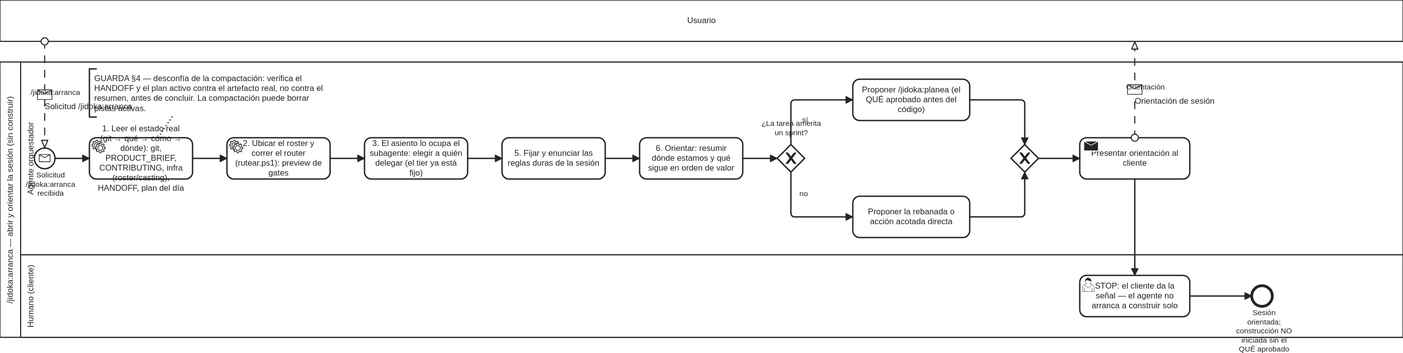
This is docs/atlas/render/10-arranca-con-subprocesos.svg from ArmandoMedina/jidoka, a BPMN export, as it was before one commit. Its source is kept beside it as docs/atlas/10-ritual/10-arranca-con-subprocesos.bpmn. Ids are renumbered.
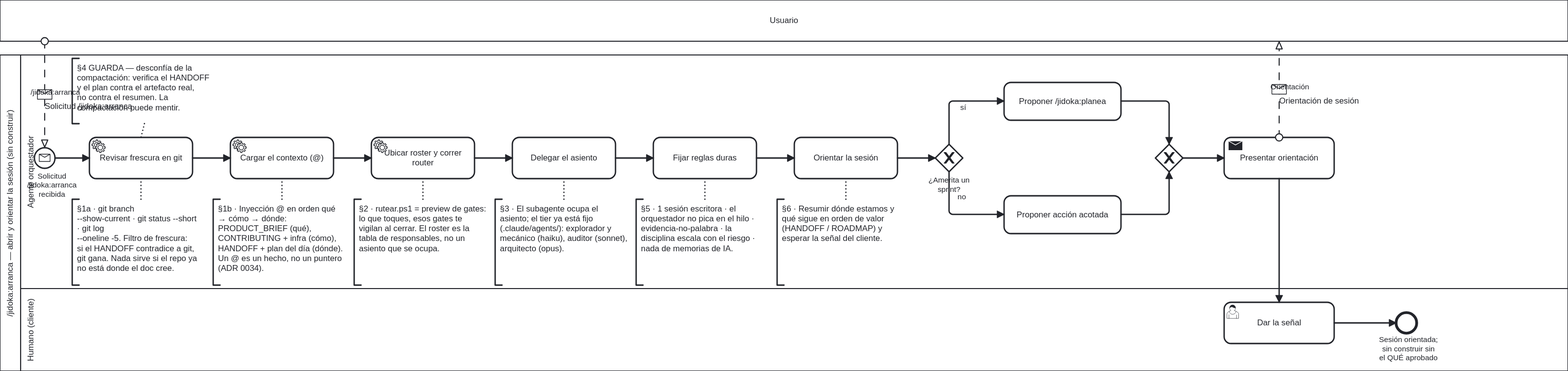
Above is the later version.

Commit message:
docs(atlas): 10-arranca en estilo Bruce Silver + ADR 0039 sobre la direccion del acoplamiento

Change to the diagram source:
```diff
@@ -1,4 +1,4 @@
-<bpmn:definitions xmlns:bpmn="http://www.omg.org/spec/BPMN/20100524/MODEL" xmlns:bpmndi="http://www.omg.org/spec/BPMN/20100524/DI" xmlns:dc="http://www.omg.org/spec/DD/20100524/DC" xmlns:di="http://www.omg.org/spec/DD/20100524/DI" xmlns:xsi="http://www.w3.org/2001/XMLSchema-instance" id="Definitions_10_Arranca" targetNamespace="https://github.com/ArmandoMedina/jidoka/process-atlas" exporter="Jidoka Atlas" exporterVersion="0.3" xmlns:modeler="http://camunda.org/schema/modeler/1.0" modeler:executionPlatform="Camunda Platform" modeler:executionPlatformVersion="7.18.0">
+<bpmn:definitions xmlns:bpmn="http://www.omg.org/spec/BPMN/20100524/MODEL" xmlns:bpmndi="http://www.omg.org/spec/BPMN/20100524/DI" xmlns:dc="http://www.omg.org/spec/DD/20100524/DC" xmlns:di="http://www.omg.org/spec/DD/20100524/DI" xmlns:xsi="http://www.w3.org/2001/XMLSchema-instance" xmlns:modeler="http://camunda.org/schema/modeler/1.0" id="Definitions_10_Arranca" targetNamespace="https://github.com/ArmandoMedina/jidoka/process-atlas" exporter="Jidoka Atlas" exporterVersion="0.3" modeler:executionPlatform="Camunda Platform" modeler:executionPlatformVersion="7.18.0">
   <bpmn:collaboration id="Collaboration_10_Arranca">
     <bpmn:participant id="Participant_Usuario" name="Usuario"/>
     <bpmn:participant id="Participant_Proyecto" name="/jidoka:arranca — abrir y orientar la sesión (sin construir)" processRef="Process_Arranca"/>
@@ -6,11 +6,12 @@
     <bpmn:messageFlow id="MF_Orient" sourceRef="Send_Orientar" targetRef="Participant_Usuario" name="Orientación" messageRef="Message_Orientacion"/>
   </bpmn:collaboration>
   <bpmn:process id="Process_Arranca" name="/jidoka:arranca — abrir y orientar la sesión" isExecutable="false">
-    <bpmn:documentation>Fuente: .claude/commands/jidoka/arranca.md. Las 6 secciones del comando en orden: §1 leer el estado real en orden de onboarding git→qué→cómo→dónde (git primero como filtro de frescura, luego PRODUCT_BRIEF, CONTRIBUTING, infra/roster, HANDOFF, plan del día), §2 roster + router (rutear.ps1), §3 el asiento lo ocupa el subagente, §4 desconfía de la compactación (guarda transversal, anotación), §5 fija las reglas duras, §6 orienta y espera la señal del cliente. El STOP final es la señal del cliente antes de construir.</bpmn:documentation>
+    <bpmn:documentation>Fuente: .claude/commands/jidoka/arranca.md. Estilo Method &amp; Style (Bruce Silver): etiquetas verbo+objeto, el detalle de cada sección vive en su text annotation. §1 se modela en dos pasos que trazan a la misma sección — §1a revisar frescura en git (filtro), §1b cargar el contexto inyectado (@). Luego §2 roster + router (rutear.ps1), §3 el asiento lo ocupa el subagente, §4 desconfía de la compactación (guarda transversal), §5 fija las reglas duras, §6 orienta y espera la señal del cliente. El STOP final es la señal del cliente antes de construir.</bpmn:documentation>
     <bpmn:laneSet id="LaneSet_10_Arranca">
       <bpmn:lane id="Lane_Agente" name="Agente orquestador">
         <bpmn:flowNodeRef>Start_Arranque</bpmn:flowNodeRef>
-        <bpmn:flowNodeRef>T_Leer</bpmn:flowNodeRef>
+        <bpmn:flowNodeRef>T_Git</bpmn:flowNodeRef>
+        <bpmn:flowNodeRef>T_Contexto</bpmn:flowNodeRef>
         <bpmn:flowNodeRef>T_Router</bpmn:flowNodeRef>
         <bpmn:flowNodeRef>T_Asiento</bpmn:flowNodeRef>
         <bpmn:flowNodeRef>T_Reglas</bpmn:flowNodeRef>
@@ -28,38 +29,42 @@
     </bpmn:laneSet>
     <bpmn:startEvent id="Start_Arranque" name="Solicitud /jidoka:arranca recibida">
       <bpmn:messageEventDefinition id="MED_Start_Arranque" messageRef="Message_Arranque"/>
-      <bpmn:outgoing>F_Start_Leer</bpmn:outgoing>
+      <bpmn:outgoing>F_Start_Git</bpmn:outgoing>
     </bpmn:startEvent>
-    <bpmn:serviceTask id="T_Leer" name="1. Leer el estado real (git → qué → cómo → dónde): git, PRODUCT_BRIEF, CONTRIBUTING, infra (roster/casting), HANDOFF, plan del día">
-      <bpmn:incoming>F_Start_Leer</bpmn:incoming>
-      <bpmn:outgoing>F_Leer_Router</bpmn:outgoing>
+    <bpmn:serviceTask id="T_Git" name="Revisar frescura en git">
+      <bpmn:incoming>F_Start_Git</bpmn:incoming>
+      <bpmn:outgoing>F_Git_Contexto</bpmn:outgoing>
     </bpmn:serviceTask>
-    <bpmn:serviceTask id="T_Router" name="2. Ubicar el roster y correr el router (rutear.ps1): preview de gates">
-      <bpmn:incoming>F_Leer_Router</bpmn:incoming>
+    <bpmn:serviceTask id="T_Contexto" name="Cargar el contexto (@)">
+      <bpmn:incoming>F_Git_Contexto</bpmn:incoming>
+      <bpmn:outgoing>F_Contexto_Router</bpmn:outgoing>
+    </bpmn:serviceTask>
+    <bpmn:serviceTask id="T_Router" name="Ubicar roster y correr router">
+      <bpmn:incoming>F_Contexto_Router</bpmn:incoming>
       <bpmn:outgoing>F_Router_Asiento</bpmn:outgoing>
     </bpmn:serviceTask>
-    <bpmn:task id="T_Asiento" name="3. El asiento lo ocupa el subagente: elegir a quién delegar (el tier ya está fijo)">
+    <bpmn:task id="T_Asiento" name="Delegar el asiento">
       <bpmn:incoming>F_Router_Asiento</bpmn:incoming>
       <bpmn:outgoing>F_Asiento_Reglas</bpmn:outgoing>
     </bpmn:task>
-    <bpmn:task id="T_Reglas" name="5. Fijar y enunciar las reglas duras de la sesión">
+    <bpmn:task id="T_Reglas" name="Fijar reglas duras">
       <bpmn:incoming>F_Asiento_Reglas</bpmn:incoming>
       <bpmn:outgoing>F_Reglas_Orientar</bpmn:outgoing>
     </bpmn:task>
-    <bpmn:task id="T_Orientar" name="6. Orientar: resumir dónde estamos y qué sigue en orden de valor">
+    <bpmn:task id="T_Orientar" name="Orientar la sesión">
       <bpmn:incoming>F_Reglas_Orientar</bpmn:incoming>
       <bpmn:outgoing>F_Orientar_G</bpmn:outgoing>
     </bpmn:task>
-    <bpmn:exclusiveGateway id="Gw_Sprint" name="¿La tarea amerita un sprint?">
+    <bpmn:exclusiveGateway id="Gw_Sprint" name="¿Amerita un sprint?">
       <bpmn:incoming>F_Orientar_G</bpmn:incoming>
       <bpmn:outgoing>F_G_Si</bpmn:outgoing>
       <bpmn:outgoing>F_G_No</bpmn:outgoing>
     </bpmn:exclusiveGateway>
-    <bpmn:task id="T_Planea" name="Proponer /jidoka:planea (el QUÉ aprobado antes del código)">
+    <bpmn:task id="T_Planea" name="Proponer /jidoka:planea">
       <bpmn:incoming>F_G_Si</bpmn:incoming>
       <bpmn:outgoing>F_Planea_Join</bpmn:outgoing>
     </bpmn:task>
-    <bpmn:task id="T_Rebanada" name="Proponer la rebanada o acción acotada directa">
+    <bpmn:task id="T_Rebanada" name="Proponer acción acotada">
       <bpmn:incoming>F_G_No</bpmn:incoming>
       <bpmn:outgoing>F_Rebanada_Join</bpmn:outgoing>
     </bpmn:task>
@@ -68,19 +73,20 @@
       <bpmn:incoming>F_Rebanada_Join</bpmn:incoming>
       <bpmn:outgoing>F_Join_Orient</bpmn:outgoing>
     </bpmn:exclusiveGateway>
-    <bpmn:sendTask id="Send_Orientar" name="Presentar orientación al cliente" messageRef="Message_Orientacion">
+    <bpmn:sendTask id="Send_Orientar" name="Presentar orientación" messageRef="Message_Orientacion">
       <bpmn:incoming>F_Join_Orient</bpmn:incoming>
       <bpmn:outgoing>F_Orient_Senal</bpmn:outgoing>
     </bpmn:sendTask>
-    <bpmn:userTask id="U_Senal" name="STOP: el cliente da la señal — el agente no arranca a construir solo">
+    <bpmn:userTask id="U_Senal" name="Dar la señal">
       <bpmn:incoming>F_Orient_Senal</bpmn:incoming>
       <bpmn:outgoing>F_Senal_End</bpmn:outgoing>
     </bpmn:userTask>
-    <bpmn:endEvent id="End_Orientada" name="Sesión orientada; construcción NO iniciada sin el QUÉ aprobado">
+    <bpmn:endEvent id="End_Orientada" name="Sesión orientada; sin construir sin el QUÉ aprobado">
       <bpmn:incoming>F_Senal_End</bpmn:incoming>
     </bpmn:endEvent>
-    <bpmn:sequenceFlow id="F_Start_Leer" sourceRef="Start_Arranque" targetRef="T_Leer"/>
-    <bpmn:sequenceFlow id="F_Leer_Router" sourceRef="T_Leer" targetRef="T_Router"/>
+    <bpmn:sequenceFlow id="F_Start_Git" sourceRef="Start_Arranque" targetRef="T_Git"/>
+    <bpmn:sequenceFlow id="F_Git_Contexto" sourceRef="T_Git" targetRef="T_Contexto"/>
+    <bpmn:sequenceFlow id="F_Contexto_Router" sourceRef="T_Contexto" targetRef="T_Router"/>
     <bpmn:sequenceFlow id="F_Router_Asiento" sourceRef="T_Router" targetRef="T_Asiento"/>
     <bpmn:sequenceFlow id="F_Asiento_Reglas" sourceRef="T_Asiento" targetRef="T_Reglas"/>
     <bpmn:sequenceFlow id="F_Reglas_Orientar" sourceRef="T_Reglas" targetRef="T_Orientar"/>
@@ -93,148 +99,221 @@
     <bpmn:sequenceFlow id="F_Orient_Senal" sourceRef="Send_Orientar" targetRef="U_Senal"/>
     <bpmn:sequenceFlow id="F_Senal_End" sourceRef="U_Senal" targetRef="End_Orientada"/>
     <bpmn:textAnnotation id="Ann_Compactacion">
-      <bpmn:text>GUARDA §4 — desconfía de la compactación: verifica el HANDOFF y el plan activo contra el artefacto real, no contra el resumen, antes de concluir. La compactación puede borrar pistas activas.</bpmn:text>
+      <bpmn:text>§4 GUARDA — desconfía de la compactación: verifica el HANDOFF y el plan contra el artefacto real, no contra el resumen. La compactación puede mentir.</bpmn:text>
     </bpmn:textAnnotation>
-    <bpmn:association id="Assoc_Compactacion" sourceRef="Ann_Compactacion" targetRef="T_Leer"/>
+    <bpmn:textAnnotation id="Ann_Git">
+      <bpmn:text>§1a · git branch --show-current · git status --short · git log --oneline -5. Filtro de frescura: si el HANDOFF contradice a git, git gana. Nada sirve si el repo ya no está donde el doc cree.</bpmn:text>
+    </bpmn:textAnnotation>
+    <bpmn:textAnnotation id="Ann_Contexto">
+      <bpmn:text>§1b · Inyección @ en orden qué → cómo → dónde: PRODUCT_BRIEF (qué), CONTRIBUTING + infra (cómo), HANDOFF + plan del día (dónde). Un @ es un hecho, no un puntero (ADR 0034).</bpmn:text>
+    </bpmn:textAnnotation>
+    <bpmn:textAnnotation id="Ann_Router">
+      <bpmn:text>§2 · rutear.ps1 = preview de gates: lo que toques, esos gates te vigilan al cerrar. El roster es la tabla de responsables, no un asiento que se ocupa.</bpmn:text>
+    </bpmn:textAnnotation>
+    <bpmn:textAnnotation id="Ann_Asiento">
+      <bpmn:text>§3 · El subagente ocupa el asiento; el tier ya está fijo (.claude/agents/): explorador y mecánico (haiku), auditor (sonnet), arquitecto (opus).</bpmn:text>
+    </bpmn:textAnnotation>
+    <bpmn:textAnnotation id="Ann_Reglas">
+      <bpmn:text>§5 · 1 sesión escritora · el orquestador no pica en el hilo · evidencia-no-palabra · la disciplina escala con el riesgo · nada de memorias de IA.</bpmn:text>
+    </bpmn:textAnnotation>
+    <bpmn:textAnnotation id="Ann_Orientar">
+      <bpmn:text>§6 · Resumir dónde estamos y qué sigue en orden de valor (HANDOFF / ROADMAP) y esperar la señal del cliente.</bpmn:text>
+    </bpmn:textAnnotation>
+    <bpmn:association id="Assoc_Compactacion" sourceRef="Ann_Compactacion" targetRef="T_Git"/>
+    <bpmn:association id="Assoc_Git" sourceRef="Ann_Git" targetRef="T_Git"/>
+    <bpmn:association id="Assoc_Contexto" sourceRef="Ann_Contexto" targetRef="T_Contexto"/>
+    <bpmn:association id="Assoc_Router" sourceRef="Ann_Router" targetRef="T_Router"/>
+    <bpmn:association id="Assoc_Asiento" sourceRef="Ann_Asiento" targetRef="T_Asiento"/>
+    <bpmn:association id="Assoc_Reglas" sourceRef="Ann_Reglas" targetRef="T_Reglas"/>
+    <bpmn:association id="Assoc_Orientar" sourceRef="Ann_Orientar" targetRef="T_Orientar"/>
   </bpmn:process>
   <bpmndi:BPMNDiagram id="Diagram_10_Arranca">
     <bpmndi:BPMNPlane id="Plane_Diagram_10_Arranca" bpmnElement="Collaboration_10_Arranca">
       <bpmndi:BPMNShape id="Shape_Participant_Usuario" bpmnElement="Participant_Usuario" isHorizontal="true">
-        <dc:Bounds x="200" y="80" width="2040" height="60"/>
+        <dc:Bounds x="200" y="80" width="2280" height="60"/>
       </bpmndi:BPMNShape>
       <bpmndi:BPMNShape id="Shape_Participant_Proyecto" bpmnElement="Participant_Proyecto" isHorizontal="true">
-        <dc:Bounds x="200" y="170" width="2040" height="400"/>
+        <dc:Bounds x="200" y="160" width="2280" height="460"/>
       </bpmndi:BPMNShape>
       <bpmndi:BPMNShape id="Shape_Lane_Agente" bpmnElement="Lane_Agente" isHorizontal="true">
-        <dc:Bounds x="230" y="170" width="2010" height="280"/>
+        <dc:Bounds x="230" y="160" width="2250" height="340"/>
       </bpmndi:BPMNShape>
       <bpmndi:BPMNShape id="Shape_Lane_Humano" bpmnElement="Lane_Humano" isHorizontal="true">
-        <dc:Bounds x="230" y="450" width="2010" height="120"/>
+        <dc:Bounds x="230" y="500" width="2250" height="120"/>
       </bpmndi:BPMNShape>
       <bpmndi:BPMNShape id="Shape_Start_Arranque" bpmnElement="Start_Arranque">
         <dc:Bounds x="250" y="295" width="30" height="30"/>
         <bpmndi:BPMNLabel>
-          <dc:Bounds x="238" y="328" width="70" height="27"/>
+          <dc:Bounds x="235" y="330" width="80" height="40"/>
         </bpmndi:BPMNLabel>
       </bpmndi:BPMNShape>
-      <bpmndi:BPMNShape id="Shape_T_Leer" bpmnElement="T_Leer">
+      <bpmndi:BPMNShape id="Shape_T_Git" bpmnElement="T_Git">
         <dc:Bounds x="330" y="280" width="150" height="60"/>
       </bpmndi:BPMNShape>
+      <bpmndi:BPMNShape id="Shape_T_Contexto" bpmnElement="T_Contexto">
+        <dc:Bounds x="535" y="280" width="150" height="60"/>
+      </bpmndi:BPMNShape>
       <bpmndi:BPMNShape id="Shape_T_Router" bpmnElement="T_Router">
-        <dc:Bounds x="530" y="280" width="150" height="60"/>
+        <dc:Bounds x="740" y="280" width="150" height="60"/>
       </bpmndi:BPMNShape>
       <bpmndi:BPMNShape id="Shape_T_Asiento" bpmnElement="T_Asiento">
-        <dc:Bounds x="730" y="280" width="150" height="60"/>
+        <dc:Bounds x="945" y="280" width="150" height="60"/>
       </bpmndi:BPMNShape>
       <bpmndi:BPMNShape id="Shape_T_Reglas" bpmnElement="T_Reglas">
-        <dc:Bounds x="930" y="280" width="150" height="60"/>
+        <dc:Bounds x="1150" y="280" width="150" height="60"/>
       </bpmndi:BPMNShape>
       <bpmndi:BPMNShape id="Shape_T_Orientar" bpmnElement="T_Orientar">
-        <dc:Bounds x="1130" y="280" width="150" height="60"/>
+        <dc:Bounds x="1355" y="280" width="150" height="60"/>
       </bpmndi:BPMNShape>
       <bpmndi:BPMNShape id="Shape_Gw_Sprint" bpmnElement="Gw_Sprint" isMarkerVisible="true">
-        <dc:Bounds x="1330" y="290" width="40" height="40"/>
+        <dc:Bounds x="1560" y="290" width="40" height="40"/>
         <bpmndi:BPMNLabel>
-          <dc:Bounds x="1300" y="253" width="100" height="27"/>
+          <dc:Bounds x="1540" y="336" width="80" height="27"/>
         </bpmndi:BPMNLabel>
       </bpmndi:BPMNShape>
       <bpmndi:BPMNShape id="Shape_T_Planea" bpmnElement="T_Planea">
-        <dc:Bounds x="1440" y="195" width="170" height="60"/>
+        <dc:Bounds x="1660" y="200" width="170" height="55"/>
       </bpmndi:BPMNShape>
       <bpmndi:BPMNShape id="Shape_T_Rebanada" bpmnElement="T_Rebanada">
-        <dc:Bounds x="1440" y="365" width="170" height="60"/>
+        <dc:Bounds x="1660" y="365" width="170" height="55"/>
       </bpmndi:BPMNShape>
       <bpmndi:BPMNShape id="Shape_Gw_Join" bpmnElement="Gw_Join" isMarkerVisible="true">
-        <dc:Bounds x="1670" y="290" width="40" height="40"/>
+        <dc:Bounds x="1880" y="290" width="40" height="40"/>
       </bpmndi:BPMNShape>
       <bpmndi:BPMNShape id="Shape_Send_Orientar" bpmnElement="Send_Orientar">
-        <dc:Bounds x="1770" y="280" width="160" height="60"/>
+        <dc:Bounds x="1980" y="280" width="160" height="60"/>
       </bpmndi:BPMNShape>
       <bpmndi:BPMNShape id="Shape_U_Senal" bpmnElement="U_Senal">
-        <dc:Bounds x="1770" y="480" width="160" height="60"/>
+        <dc:Bounds x="1980" y="520" width="160" height="60"/>
       </bpmndi:BPMNShape>
       <bpmndi:BPMNShape id="Shape_End_Orientada" bpmnElement="End_Orientada">
-        <dc:Bounds x="2020" y="495" width="30" height="30"/>
+        <dc:Bounds x="2230" y="535" width="30" height="30"/>
         <bpmndi:BPMNLabel>
-          <dc:Bounds x="1998" y="528" width="80" height="40"/>
+          <dc:Bounds x="2208" y="568" width="80" height="40"/>
         </bpmndi:BPMNLabel>
       </bpmndi:BPMNShape>
-      <bpmndi:BPMNEdge id="Edge_F_Start_Leer" bpmnElement="F_Start_Leer">
+      <bpmndi:BPMNShape id="Shape_Ann_Compactacion" bpmnElement="Ann_Compactacion">
+        <dc:Bounds x="305" y="165" width="210" height="95"/>
+      </bpmndi:BPMNShape>
+      <bpmndi:BPMNShape id="Shape_Ann_Git" bpmnElement="Ann_Git">
+        <dc:Bounds x="305" y="370" width="195" height="125"/>
+      </bpmndi:BPMNShape>
+      <bpmndi:BPMNShape id="Shape_Ann_Contexto" bpmnElement="Ann_Contexto">
+        <dc:Bounds x="510" y="370" width="200" height="125"/>
+      </bpmndi:BPMNShape>
+      <bpmndi:BPMNShape id="Shape_Ann_Router" bpmnElement="Ann_Router">
+        <dc:Bounds x="715" y="370" width="200" height="125"/>
+      </bpmndi:BPMNShape>
+      <bpmndi:BPMNShape id="Shape_Ann_Asiento" bpmnElement="Ann_Asiento">
+        <dc:Bounds x="920" y="370" width="200" height="125"/>
+      </bpmndi:BPMNShape>
+      <bpmndi:BPMNShape id="Shape_Ann_Reglas" bpmnElement="Ann_Reglas">
+        <dc:Bounds x="1125" y="370" width="200" height="125"/>
+      </bpmndi:BPMNShape>
+      <bpmndi:BPMNShape id="Shape_Ann_Orientar" bpmnElement="Ann_Orientar">
+        <dc:Bounds x="1330" y="370" width="200" height="125"/>
+      </bpmndi:BPMNShape>
+      <bpmndi:BPMNEdge id="Edge_F_Start_Git" bpmnElement="F_Start_Git">
         <di:waypoint x="280" y="310"/>
         <di:waypoint x="330" y="310"/>
       </bpmndi:BPMNEdge>
-      <bpmndi:BPMNEdge id="Edge_F_Leer_Router" bpmnElement="F_Leer_Router">
+      <bpmndi:BPMNEdge id="Edge_F_Git_Contexto" bpmnElement="F_Git_Contexto">
         <di:waypoint x="480" y="310"/>
-        <di:waypoint x="530" y="310"/>
+        <di:waypoint x="535" y="310"/>
+      </bpmndi:BPMNEdge>
+      <bpmndi:BPMNEdge id="Edge_F_Contexto_Router" bpmnElement="F_Contexto_Router">
+        <di:waypoint x="685" y="310"/>
+        <di:waypoint x="740" y="310"/>
       </bpmndi:BPMNEdge>
       <bpmndi:BPMNEdge id="Edge_F_Router_Asiento" bpmnElement="F_Router_Asiento">
-        <di:waypoint x="680" y="310"/>
-        <di:waypoint x="730" y="310"/>
+        <di:waypoint x="890" y="310"/>
+        <di:waypoint x="945" y="310"/>
       </bpmndi:BPMNEdge>
       <bpmndi:BPMNEdge id="Edge_F_Asiento_Reglas" bpmnElement="F_Asiento_Reglas">
-        <di:waypoint x="880" y="310"/>
-        <di:waypoint x="930" y="310"/>
+        <di:waypoint x="1095" y="310"/>
+        <di:waypoint x="1150" y="310"/>
       </bpmndi:BPMNEdge>
       <bpmndi:BPMNEdge id="Edge_F_Reglas_Orientar" bpmnElement="F_Reglas_Orientar">
-        <di:waypoint x="1080" y="310"/>
-        <di:waypoint x="1130" y="310"/>
+        <di:waypoint x="1300" y="310"/>
+        <di:waypoint x="1355" y="310"/>
       </bpmndi:BPMNEdge>
       <bpmndi:BPMNEdge id="Edge_F_Orientar_G" bpmnElement="F_Orientar_G">
-        <di:waypoint x="1280" y="310"/>
-        <di:waypoint x="1330" y="310"/>
+        <di:waypoint x="1505" y="310"/>
+        <di:waypoint x="1560" y="310"/>
       </bpmndi:BPMNEdge>
       <bpmndi:BPMNEdge id="Edge_F_G_Si" bpmnElement="F_G_Si">
-        <di:waypoint x="1350" y="290"/>
-        <di:waypoint x="1350" y="225"/>
-        <di:waypoint x="1440" y="225"/>
+        <di:waypoint x="1580" y="290"/>
+        <di:waypoint x="1580" y="227"/>
+        <di:waypoint x="1660" y="227"/>
         <bpmndi:BPMNLabel>
-          <dc:Bounds x="1360" y="248" width="20" height="20"/>
+          <dc:Bounds x="1590" y="230" width="20" height="20"/>
         </bpmndi:BPMNLabel>
       </bpmndi:BPMNEdge>
       <bpmndi:BPMNEdge id="Edge_F_G_No" bpmnElement="F_G_No">
-        <di:waypoint x="1350" y="330"/>
-        <di:waypoint x="1350" y="395"/>
-        <di:waypoint x="1440" y="395"/>
+        <di:waypoint x="1580" y="330"/>
+        <di:waypoint x="1580" y="392"/>
+        <di:waypoint x="1660" y="392"/>
         <bpmndi:BPMNLabel>
-          <dc:Bounds x="1358" y="355" width="20" height="20"/>
+          <dc:Bounds x="1588" y="360" width="20" height="20"/>
         </bpmndi:BPMNLabel>
       </bpmndi:BPMNEdge>
       <bpmndi:BPMNEdge id="Edge_F_Planea_Join" bpmnElement="F_Planea_Join">
-        <di:waypoint x="1610" y="225"/>
-        <di:waypoint x="1690" y="225"/>
-        <di:waypoint x="1690" y="290"/>
+        <di:waypoint x="1830" y="227"/>
+        <di:waypoint x="1900" y="227"/>
+        <di:waypoint x="1900" y="290"/>
       </bpmndi:BPMNEdge>
       <bpmndi:BPMNEdge id="Edge_F_Rebanada_Join" bpmnElement="F_Rebanada_Join">
-        <di:waypoint x="1610" y="395"/>
-        <di:waypoint x="1690" y="395"/>
-        <di:waypoint x="1690" y="330"/>
+        <di:waypoint x="1830" y="392"/>
+        <di:waypoint x="1900" y="392"/>
+        <di:waypoint x="1900" y="330"/>
       </bpmndi:BPMNEdge>
       <bpmndi:BPMNEdge id="Edge_F_Join_Orient" bpmnElement="F_Join_Orient">
-        <di:waypoint x="1710" y="310"/>
-        <di:waypoint x="1770" y="310"/>
+        <di:waypoint x="1920" y="310"/>
+        <di:waypoint x="1980" y="310"/>
       </bpmndi:BPMNEdge>
       <bpmndi:BPMNEdge id="Edge_F_Orient_Senal" bpmnElement="F_Orient_Senal">
-        <di:waypoint x="1850" y="340"/>
-        <di:waypoint x="1850" y="480"/>
+        <di:waypoint x="2060" y="340"/>
+        <di:waypoint x="2060" y="520"/>
       </bpmndi:BPMNEdge>
       <bpmndi:BPMNEdge id="Edge_F_Senal_End" bpmnElement="F_Senal_End">
-        <di:waypoint x="1930" y="510"/>
-        <di:waypoint x="2020" y="510"/>
+        <di:waypoint x="2140" y="550"/>
+        <di:waypoint x="2230" y="550"/>
       </bpmndi:BPMNEdge>
       <bpmndi:BPMNEdge id="Edge_MF_Start" bpmnElement="MF_Start">
         <di:waypoint x="265" y="140"/>
         <di:waypoint x="265" y="295"/>
       </bpmndi:BPMNEdge>
       <bpmndi:BPMNEdge id="Edge_MF_Orient" bpmnElement="MF_Orient">
-        <di:waypoint x="1850" y="280"/>
-        <di:waypoint x="1850" y="140"/>
+        <di:waypoint x="2060" y="280"/>
+        <di:waypoint x="2060" y="140"/>
       </bpmndi:BPMNEdge>
-      <bpmndi:BPMNShape id="Shape_Ann_Compactacion" bpmnElement="Ann_Compactacion">
-        <dc:Bounds x="330" y="180" width="360" height="70"/>
-      </bpmndi:BPMNShape>
       <bpmndi:BPMNEdge id="Edge_Assoc_Compactacion" bpmnElement="Assoc_Compactacion">
-        <di:waypoint x="450" y="250"/>
-        <di:waypoint x="430" y="280"/>
+        <di:waypoint x="410" y="260"/>
+        <di:waypoint x="405" y="280"/>
+      </bpmndi:BPMNEdge>
+      <bpmndi:BPMNEdge id="Edge_Assoc_Git" bpmnElement="Assoc_Git">
+        <di:waypoint x="405" y="370"/>
+        <di:waypoint x="405" y="340"/>
+      </bpmndi:BPMNEdge>
+      <bpmndi:BPMNEdge id="Edge_Assoc_Contexto" bpmnElement="Assoc_Contexto">
+        <di:waypoint x="610" y="370"/>
+        <di:waypoint x="610" y="340"/>
+      </bpmndi:BPMNEdge>
+      <bpmndi:BPMNEdge id="Edge_Assoc_Router" bpmnElement="Assoc_Router">
+        <di:waypoint x="815" y="370"/>
+        <di:waypoint x="815" y="340"/>
+      </bpmndi:BPMNEdge>
+      <bpmndi:BPMNEdge id="Edge_Assoc_Asiento" bpmnElement="Assoc_Asiento">
+        <di:waypoint x="1020" y="370"/>
+        <di:waypoint x="1020" y="340"/>
+      </bpmndi:BPMNEdge>
+      <bpmndi:BPMNEdge id="Edge_Assoc_Reglas" bpmnElement="Assoc_Reglas">
+        <di:waypoint x="1225" y="370"/>
+        <di:waypoint x="1225" y="340"/>
+      </bpmndi:BPMNEdge>
+      <bpmndi:BPMNEdge id="Edge_Assoc_Orientar" bpmnElement="Assoc_Orientar">
+        <di:waypoint x="1430" y="370"/>
+        <di:waypoint x="1430" y="340"/>
       </bpmndi:BPMNEdge>
     </bpmndi:BPMNPlane>
   </bpmndi:BPMNDiagram>
```
